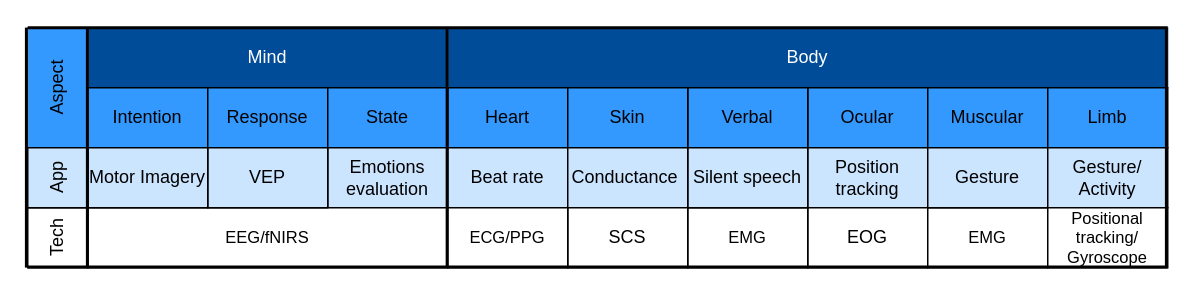
Before: docs/survey_overview.drawio in theyoungkwon/CNB, a draw.io diagram. Source tidied: cells renumbered, new cells numbered last; positions are measured from the earlier drawing's top-left corner, leaving out a move shared by most shapes. Both pictures are drawn from the tidied source at 150%, with x=0, y=0 at pixel (26, 27).
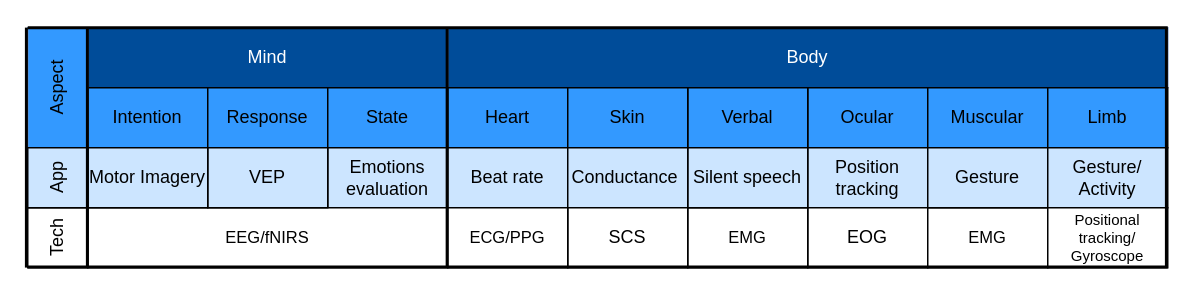
After the change.

Diff of the diagram source:
```diff
@@
-    <mxCell id="28" value="Positional tracking/&lt;br&gt;Gyroscope&lt;br&gt;" style="rounded=0;whiteSpace=wrap;html=1;fontSize=11;" parent="1" vertex="1">
+    <mxCell id="28" value="Positional tracking/&lt;br style=&quot;font-size: 10px;&quot;&gt;Gyroscope&lt;br style=&quot;font-size: 10px;&quot;&gt;" style="rounded=0;whiteSpace=wrap;html=1;fontSize=10;" parent="1" vertex="1">
       <mxGeometry x="681" y="120" width="80" height="40" as="geometry" />
     </mxCell>
```
